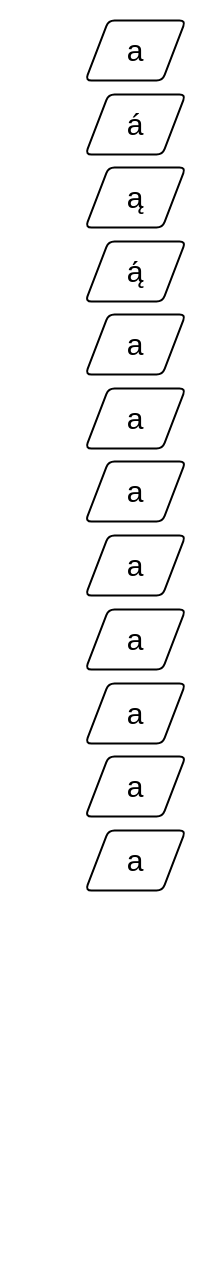
Before: Associated Diagrams/Navaho Vowel Network.drawio in OJB-Quantum/Navaho-Linguistics, a draw.io diagram. Source tidied: cells renumbered, new cells numbered last; positions are measured from the earlier drawing's top-left corner, leaving out a move shared by most shapes. Both pictures are drawn from the tidied source at 100%, with x=0, y=0 at pixel (85, 20).
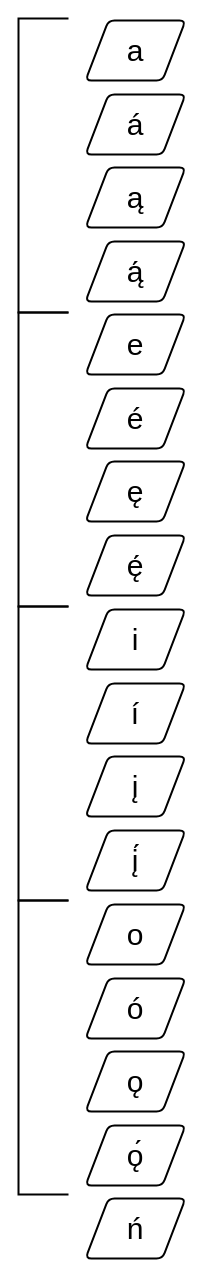
The same diagram, later.

Diff of the diagram source:
```diff
@@
-    <mxCell id="11" value="&lt;font face=&quot;IBM Plex Sans&quot; style=&quot;font-size: 30px;&quot;&gt;a&lt;/font&gt;" style="text;strokeColor=none;align=center;fillColor=none;html=1;verticalAlign=middle;whiteSpace=wrap;rounded=0;fontSize=30;" parent="1" vertex="1">
+    <mxCell id="11" value="&lt;font face=&quot;CMU Serif&quot;&gt;e&lt;/font&gt;" style="text;strokeColor=none;align=center;fillColor=none;html=1;verticalAlign=middle;whiteSpace=wrap;rounded=0;fontSize=30;" parent="1" vertex="1">
       <mxGeometry x="20" y="309" width="60" height="30" as="geometry" />
     </mxCell>
@@
-    <mxCell id="13" value="&lt;font face=&quot;IBM Plex Sans&quot; style=&quot;font-size: 30px;&quot;&gt;a&lt;/font&gt;" style="text;strokeColor=none;align=center;fillColor=none;html=1;verticalAlign=middle;whiteSpace=wrap;rounded=0;fontSize=30;" parent="1" vertex="1">
+    <mxCell id="13" value="&lt;font face=&quot;CMU Serif&quot;&gt;é&lt;/font&gt;" style="text;strokeColor=none;align=center;fillColor=none;html=1;verticalAlign=middle;whiteSpace=wrap;rounded=0;fontSize=30;" parent="1" vertex="1">
       <mxGeometry x="20" y="383" width="60" height="30" as="geometry" />
     </mxCell>
@@
-    <mxCell id="15" value="&lt;font face=&quot;IBM Plex Sans&quot; style=&quot;font-size: 30px;&quot;&gt;a&lt;/font&gt;" style="text;strokeColor=none;align=center;fillColor=none;html=1;verticalAlign=middle;whiteSpace=wrap;rounded=0;fontSize=30;" parent="1" vertex="1">
+    <mxCell id="15" value="&lt;font face=&quot;CMU Serif&quot;&gt;ę&lt;/font&gt;" style="text;strokeColor=none;align=center;fillColor=none;html=1;verticalAlign=middle;whiteSpace=wrap;rounded=0;fontSize=30;" parent="1" vertex="1">
       <mxGeometry x="20" y="456" width="60" height="30" as="geometry" />
     </mxCell>
@@
-    <mxCell id="17" value="&lt;font face=&quot;IBM Plex Sans&quot; style=&quot;font-size: 30px;&quot;&gt;a&lt;/font&gt;" style="text;strokeColor=none;align=center;fillColor=none;html=1;verticalAlign=middle;whiteSpace=wrap;rounded=0;fontSize=30;" parent="1" vertex="1">
+    <mxCell id="17" value="&lt;font face=&quot;CMU Serif&quot;&gt;ę́&lt;/font&gt;" style="text;strokeColor=none;align=center;fillColor=none;html=1;verticalAlign=middle;whiteSpace=wrap;rounded=0;fontSize=30;" parent="1" vertex="1">
       <mxGeometry x="20" y="530" width="60" height="30" as="geometry" />
     </mxCell>
@@
-    <mxCell id="19" value="&lt;font face=&quot;IBM Plex Sans&quot; style=&quot;font-size: 30px;&quot;&gt;a&lt;/font&gt;" style="text;strokeColor=none;align=center;fillColor=none;html=1;verticalAlign=middle;whiteSpace=wrap;rounded=0;fontSize=30;" parent="1" vertex="1">
+    <mxCell id="19" value="&lt;font face=&quot;CMU Serif&quot; style=&quot;font-size: 30px;&quot;&gt;i&lt;/font&gt;" style="text;strokeColor=none;align=center;fillColor=none;html=1;verticalAlign=middle;whiteSpace=wrap;rounded=0;fontSize=30;" parent="1" vertex="1">
       <mxGeometry x="20" y="604" width="60" height="30" as="geometry" />
     </mxCell>
@@
-    <mxCell id="21" value="&lt;font face=&quot;IBM Plex Sans&quot; style=&quot;font-size: 30px;&quot;&gt;a&lt;/font&gt;" style="text;strokeColor=none;align=center;fillColor=none;html=1;verticalAlign=middle;whiteSpace=wrap;rounded=0;fontSize=30;" parent="1" vertex="1">
+    <mxCell id="21" value="&lt;font face=&quot;CMU Serif&quot;&gt;í&lt;/font&gt;" style="text;strokeColor=none;align=center;fillColor=none;html=1;verticalAlign=middle;whiteSpace=wrap;rounded=0;fontSize=30;" parent="1" vertex="1">
       <mxGeometry x="20" y="678" width="60" height="30" as="geometry" />
     </mxCell>
@@
-    <mxCell id="23" value="&lt;font face=&quot;IBM Plex Sans&quot; style=&quot;font-size: 30px;&quot;&gt;a&lt;/font&gt;" style="text;strokeColor=none;align=center;fillColor=none;html=1;verticalAlign=middle;whiteSpace=wrap;rounded=0;fontSize=30;" parent="1" vertex="1">
+    <mxCell id="23" value="&lt;font face=&quot;CMU Serif&quot;&gt;į&lt;/font&gt;" style="text;strokeColor=none;align=center;fillColor=none;html=1;verticalAlign=middle;whiteSpace=wrap;rounded=0;fontSize=30;" parent="1" vertex="1">
       <mxGeometry x="20" y="751" width="60" height="30" as="geometry" />
     </mxCell>
@@
-    <mxCell id="25" value="&lt;font face=&quot;IBM Plex Sans&quot; style=&quot;font-size: 30px;&quot;&gt;a&lt;/font&gt;" style="text;strokeColor=none;align=center;fillColor=none;html=1;verticalAlign=middle;whiteSpace=wrap;rounded=0;fontSize=30;" parent="1" vertex="1">
+    <mxCell id="25" value="&lt;font face=&quot;CMU Serif&quot;&gt;į́&lt;/font&gt;" style="text;strokeColor=none;align=center;fillColor=none;html=1;verticalAlign=middle;whiteSpace=wrap;rounded=0;fontSize=30;" parent="1" vertex="1">
       <mxGeometry x="20" y="825" width="60" height="30" as="geometry" />
     </mxCell>
+    <mxCell id="26" style="shape=parallelogram;html=1;strokeWidth=2;perimeter=parallelogramPerimeter;whiteSpace=wrap;rounded=1;arcSize=12;size=0.23;fontFamily=IBM Plex Sans;" parent="1" vertex="1">
+      <mxGeometry y="884" width="100" height="60" as="geometry" />
+    </mxCell>
+    <mxCell id="27" value="&lt;font face=&quot;CMU Serif&quot;&gt;o&lt;/font&gt;" style="text;strokeColor=none;align=center;fillColor=none;html=1;verticalAlign=middle;whiteSpace=wrap;rounded=0;fontSize=30;" parent="1" vertex="1">
+      <mxGeometry x="20" y="899" width="60" height="30" as="geometry" />
+    </mxCell>
+    <mxCell id="28" style="shape=parallelogram;html=1;strokeWidth=2;perimeter=parallelogramPerimeter;whiteSpace=wrap;rounded=1;arcSize=12;size=0.23;fontFamily=IBM Plex Sans;" parent="1" vertex="1">
+      <mxGeometry y="958" width="100" height="60" as="geometry" />
+    </mxCell>
+    <mxCell id="29" value="&lt;font face=&quot;CMU Serif&quot;&gt;ó&lt;/font&gt;" style="text;strokeColor=none;align=center;fillColor=none;html=1;verticalAlign=middle;whiteSpace=wrap;rounded=0;fontSize=30;" parent="1" vertex="1">
+      <mxGeometry x="20" y="973" width="60" height="30" as="geometry" />
+    </mxCell>
+    <mxCell id="30" style="shape=parallelogram;html=1;strokeWidth=2;perimeter=parallelogramPerimeter;whiteSpace=wrap;rounded=1;arcSize=12;size=0.23;fontFamily=IBM Plex Sans;" parent="1" vertex="1">
+      <mxGeometry y="1031" width="100" height="60" as="geometry" />
+    </mxCell>
+    <mxCell id="31" value="&lt;font face=&quot;CMU Serif&quot;&gt;ǫ&lt;/font&gt;" style="text;strokeColor=none;align=center;fillColor=none;html=1;verticalAlign=middle;whiteSpace=wrap;rounded=0;fontSize=30;" parent="1" vertex="1">
+      <mxGeometry x="20" y="1046" width="60" height="30" as="geometry" />
+    </mxCell>
+    <mxCell id="32" style="shape=parallelogram;html=1;strokeWidth=2;perimeter=parallelogramPerimeter;whiteSpace=wrap;rounded=1;arcSize=12;size=0.23;fontFamily=IBM Plex Sans;" parent="1" vertex="1">
+      <mxGeometry y="1105" width="100" height="60" as="geometry" />
+    </mxCell>
+    <mxCell id="33" value="&lt;font face=&quot;CMU Serif&quot;&gt;ǫ́&lt;/font&gt;" style="text;strokeColor=none;align=center;fillColor=none;html=1;verticalAlign=middle;whiteSpace=wrap;rounded=0;fontSize=30;" parent="1" vertex="1">
+      <mxGeometry x="20" y="1120" width="60" height="30" as="geometry" />
+    </mxCell>
+    <mxCell id="34" style="strokeWidth=2;html=1;shape=mxgraph.flowchart.annotation_1;align=left;" parent="1" vertex="1">
+      <mxGeometry x="-67" y="-2" width="50" height="294" as="geometry" />
+    </mxCell>
+    <mxCell id="35" style="strokeWidth=2;html=1;shape=mxgraph.flowchart.annotation_1;align=left;" parent="1" vertex="1">
+      <mxGeometry x="-67" y="292" width="50" height="294" as="geometry" />
+    </mxCell>
+    <mxCell id="36" style="strokeWidth=2;html=1;shape=mxgraph.flowchart.annotation_1;align=left;" parent="1" vertex="1">
+      <mxGeometry x="-67" y="586" width="50" height="294" as="geometry" />
+    </mxCell>
+    <mxCell id="37" style="strokeWidth=2;html=1;shape=mxgraph.flowchart.annotation_1;align=left;" parent="1" vertex="1">
+      <mxGeometry x="-67" y="880" width="50" height="294" as="geometry" />
+    </mxCell>
+    <mxCell id="38" style="shape=parallelogram;html=1;strokeWidth=2;perimeter=parallelogramPerimeter;whiteSpace=wrap;rounded=1;arcSize=12;size=0.23;fontFamily=IBM Plex Sans;" parent="1" vertex="1">
+      <mxGeometry y="1178" width="100" height="60" as="geometry" />
+    </mxCell>
+    <mxCell id="39" value="&lt;font face=&quot;CMU Serif&quot;&gt;ń&lt;/font&gt;" style="text;strokeColor=none;align=center;fillColor=none;html=1;verticalAlign=middle;whiteSpace=wrap;rounded=0;fontSize=30;" parent="1" vertex="1">
+      <mxGeometry x="20" y="1193" width="60" height="30" as="geometry" />
+    </mxCell>
```
